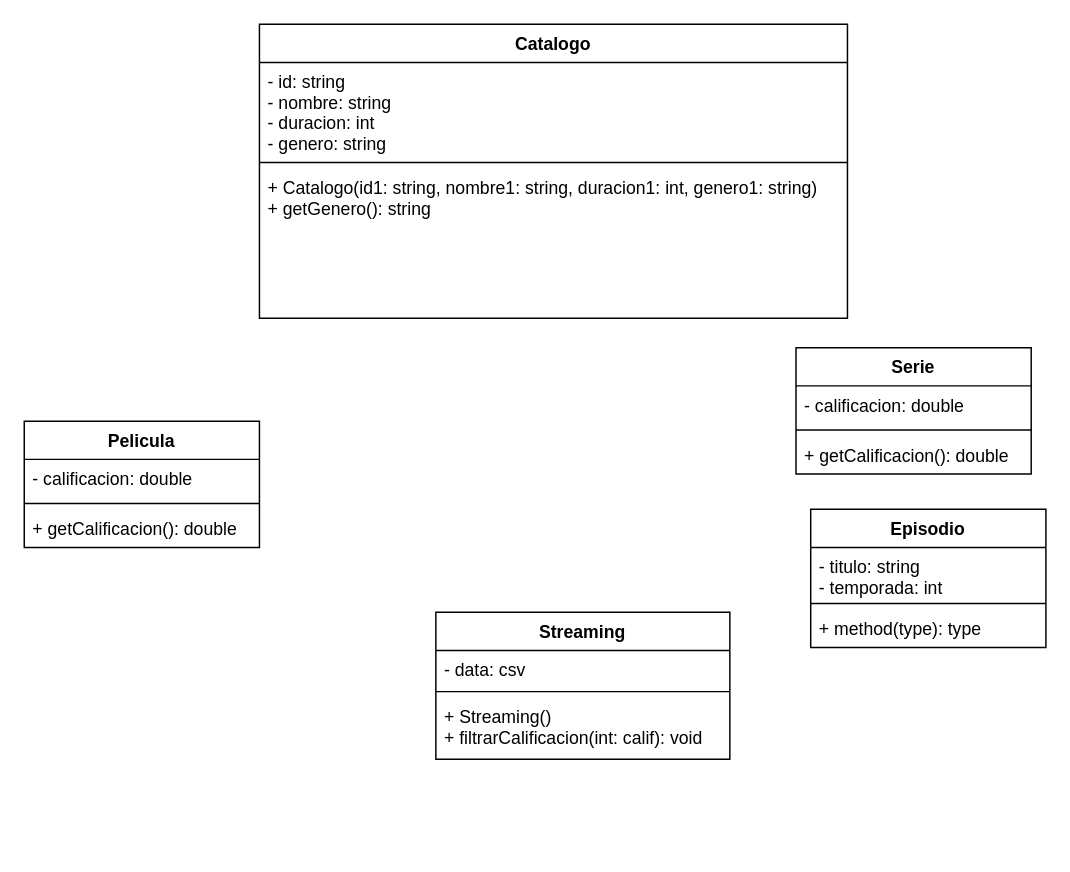
A01750658/proyecto_cpp keeps this draw.io diagram as streaming.drawio. Above is the earlier version. Source tidied: cells renumbered, new cells numbered last; positions are measured from the earlier drawing's top-left corner, leaving out a move shared by most shapes. Both pictures are drawn from the tidied source at 147%, with x=0, y=0 at pixel (24, 24).
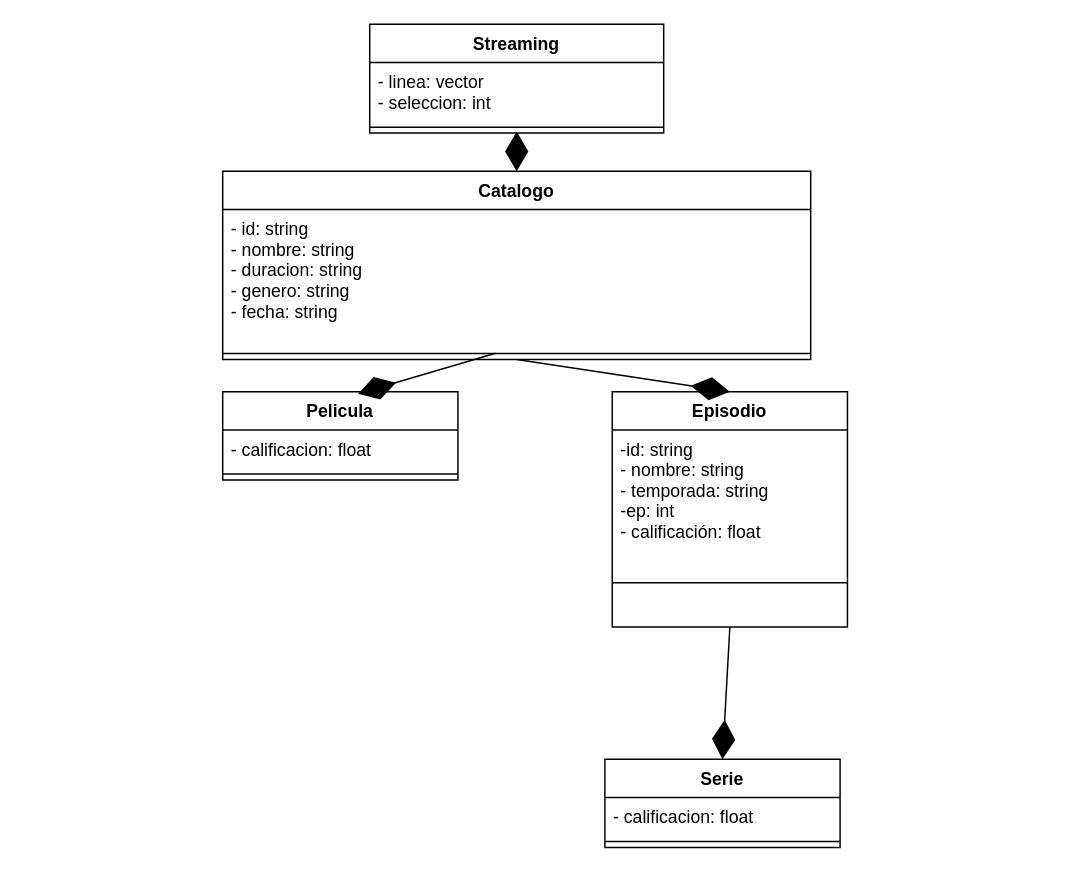
The same page after the edit.

Change to the diagram source:
```diff
@@
     <mxCell id="2" value="Pelicula" style="swimlane;fontStyle=1;align=center;verticalAlign=top;horizontal=1;startSize=26;" parent="1" vertex="1">
-      <mxGeometry y="270" width="160" height="86" as="geometry" />
+      <mxGeometry x="135" y="250" width="160" height="60" as="geometry" />
     </mxCell>
-    <mxCell id="3" value="- calificacion: double" style="text;strokeColor=none;fillColor=none;align=left;verticalAlign=top;spacingLeft=4;spacingRight=4;overflow=hidden;" parent="2" vertex="1">
+    <mxCell id="3" value="- calificacion: float" style="text;strokeColor=none;fillColor=none;align=left;verticalAlign=top;spacingLeft=4;spacingRight=4;overflow=hidden;" parent="2" vertex="1">
       <mxGeometry y="26" width="160" height="26" as="geometry" />
     </mxCell>
@@
-    <mxCell id="5" value="+ getCalificacion(): double" style="text;strokeColor=none;fillColor=none;align=left;verticalAlign=top;spacingLeft=4;spacingRight=4;overflow=hidden;" parent="2" vertex="1">
-      <mxGeometry y="60" width="160" height="26" as="geometry" />
-    </mxCell>
     <mxCell id="6" value="Serie" style="swimlane;fontStyle=1;align=center;verticalAlign=top;horizontal=1;startSize=26;" parent="1" vertex="1">
-      <mxGeometry x="525" y="220" width="160" height="86" as="geometry" />
+      <mxGeometry x="395" y="500" width="160" height="60" as="geometry" />
     </mxCell>
-    <mxCell id="7" value="- calificacion: double" style="text;strokeColor=none;fillColor=none;align=left;verticalAlign=top;spacingLeft=4;spacingRight=4;overflow=hidden;" parent="6" vertex="1">
+    <mxCell id="7" value="- calificacion: float" style="text;strokeColor=none;fillColor=none;align=left;verticalAlign=top;spacingLeft=4;spacingRight=4;overflow=hidden;" parent="6" vertex="1">
       <mxGeometry y="26" width="160" height="26" as="geometry" />
     </mxCell>
@@
-    <mxCell id="9" value="+ getCalificacion(): double" style="text;strokeColor=none;fillColor=none;align=left;verticalAlign=top;spacingLeft=4;spacingRight=4;overflow=hidden;" parent="6" vertex="1">
-      <mxGeometry y="60" width="160" height="26" as="geometry" />
-    </mxCell>
     <mxCell id="10" value="Episodio" style="swimlane;fontStyle=1;align=center;verticalAlign=top;horizontal=1;startSize=26;" parent="1" vertex="1">
-      <mxGeometry x="535" y="330" width="160" height="94" as="geometry" />
+      <mxGeometry x="400" y="250" width="160" height="160" as="geometry" />
     </mxCell>
-    <mxCell id="11" value="- titulo: string&#10;- temporada: int" style="text;strokeColor=none;fillColor=none;align=left;verticalAlign=top;spacingLeft=4;spacingRight=4;overflow=hidden;" parent="10" vertex="1">
-      <mxGeometry y="26" width="160" height="34" as="geometry" />
+    <mxCell id="11" value="-id: string&#10;- nombre: string&#10;- temporada: string&#10;-ep: int&#10;- calificación: float" style="text;strokeColor=none;fillColor=none;align=left;verticalAlign=top;spacingLeft=4;spacingRight=4;overflow=hidden;" parent="10" vertex="1">
+      <mxGeometry y="26" width="160" height="74" as="geometry" />
     </mxCell>
     <mxCell id="12" style="line;strokeWidth=1;fillColor=none;align=left;verticalAlign=middle;spacingTop=-1;spacingLeft=3;spacingRight=3;labelPosition=right;" parent="10" vertex="1">
-      <mxGeometry y="60" width="160" height="8" as="geometry" />
+      <mxGeometry y="100" width="160" height="60" as="geometry" />
     </mxCell>
-    <mxCell id="13" value="+ method(type): type" style="text;strokeColor=none;fillColor=none;align=left;verticalAlign=top;spacingLeft=4;spacingRight=4;overflow=hidden;" parent="10" vertex="1">
-      <mxGeometry y="68" width="160" height="26" as="geometry" />
-    </mxCell>
     <mxCell id="14" value="Catalogo" style="swimlane;fontStyle=1;align=center;verticalAlign=top;horizontal=1;startSize=26;" parent="1" vertex="1">
-      <mxGeometry x="160" width="400" height="200" as="geometry" />
+      <mxGeometry x="135" y="100" width="400" height="128" as="geometry" />
     </mxCell>
-    <mxCell id="15" value="- id: string&#10;- nombre: string&#10;- duracion: int&#10;- genero: string" style="text;strokeColor=none;fillColor=none;align=left;verticalAlign=top;spacingLeft=4;spacingRight=4;overflow=hidden;" parent="14" vertex="1">
-      <mxGeometry y="26" width="400" height="64" as="geometry" />
+    <mxCell id="15" value="- id: string&#10;- nombre: string&#10;- duracion: string&#10;- genero: string&#10;- fecha: string" style="text;strokeColor=none;fillColor=none;align=left;verticalAlign=top;spacingLeft=4;spacingRight=4;overflow=hidden;" parent="14" vertex="1">
+      <mxGeometry y="26" width="400" height="94" as="geometry" />
     </mxCell>
     <mxCell id="16" style="line;strokeWidth=1;fillColor=none;align=left;verticalAlign=middle;spacingTop=-1;spacingLeft=3;spacingRight=3;labelPosition=right;points=[];portConstraint=eastwest;" parent="14" vertex="1">
-      <mxGeometry y="90" width="400" height="8" as="geometry" />
+      <mxGeometry y="120" width="400" height="8" as="geometry" />
     </mxCell>
-    <mxCell id="17" value="+ Catalogo(id1: string, nombre1: string, duracion1: int, genero1: string)&#10;+ getGenero(): string" style="text;strokeColor=none;fillColor=none;align=left;verticalAlign=top;spacingLeft=4;spacingRight=4;overflow=hidden;" parent="14" vertex="1">
-      <mxGeometry y="98" width="400" height="102" as="geometry" />
-    </mxCell>
     <mxCell id="18" value="Streaming" style="swimlane;fontStyle=1;align=center;verticalAlign=top;horizontal=1;startSize=26;" parent="1" vertex="1">
-      <mxGeometry x="280" y="400" width="200" height="100" as="geometry" />
+      <mxGeometry x="235" width="200" height="74" as="geometry" />
     </mxCell>
-    <mxCell id="19" value="- data: csv" style="text;strokeColor=none;fillColor=none;align=left;verticalAlign=top;spacingLeft=4;spacingRight=4;overflow=hidden;" parent="18" vertex="1">
-      <mxGeometry y="26" width="200" height="24" as="geometry" />
+    <mxCell id="19" value="- linea: vector&#10;- seleccion: int" style="text;strokeColor=none;fillColor=none;align=left;verticalAlign=top;spacingLeft=4;spacingRight=4;overflow=hidden;" parent="18" vertex="1">
+      <mxGeometry y="26" width="200" height="40" as="geometry" />
     </mxCell>
     <mxCell id="20" style="line;strokeWidth=1;fillColor=none;align=left;verticalAlign=middle;spacingTop=-1;spacingLeft=3;spacingRight=3;labelPosition=right;" parent="18" vertex="1">
-      <mxGeometry y="50" width="200" height="8" as="geometry" />
+      <mxGeometry y="66" width="200" height="8" as="geometry" />
     </mxCell>
-    <mxCell id="21" value="+ Streaming()&#10;+ filtrarCalificacion(int: calif): void" style="text;strokeColor=none;fillColor=none;align=left;verticalAlign=top;spacingLeft=4;spacingRight=4;overflow=hidden;" parent="18" vertex="1">
-      <mxGeometry y="58" width="200" height="42" as="geometry" />
+    <mxCell id="21" style="endArrow=diamondThin;endFill=1;endSize=24;html=1;entryX=0.575;entryY=0.024;entryDx=0;entryDy=0;entryPerimeter=0;exitX=0.464;exitY=0.471;exitDx=0;exitDy=0;exitPerimeter=0;" parent="1" edge="1" source="16" target="2">
+      <mxGeometry relative="1" as="geometry" />
     </mxCell>
+    <mxCell id="22" style="endArrow=diamondThin;endFill=1;endSize=24;html=1;exitX=0.5;exitY=1;exitDx=0;exitDy=0;entryX=0.5;entryY=0;entryDx=0;entryDy=0;" parent="1" edge="1" source="14" target="10">
+      <mxGeometry relative="1" as="geometry" />
+    </mxCell>
+    <mxCell id="23" style="endArrow=diamondThin;endFill=1;endSize=24;html=1;exitX=0.5;exitY=1;exitDx=0;exitDy=0;" parent="1" edge="1" source="18">
+      <mxGeometry relative="1" as="geometry">
+        <mxPoint x="335" y="100" as="targetPoint" />
+      </mxGeometry>
+    </mxCell>
+    <mxCell id="24" style="endArrow=diamondThin;endFill=1;endSize=24;html=1;exitX=0.5;exitY=1;exitDx=0;exitDy=0;entryX=0.5;entryY=0;entryDx=0;entryDy=0;" parent="1" edge="1" source="10" target="6">
+      <mxGeometry relative="1" as="geometry" />
+    </mxCell>
```
